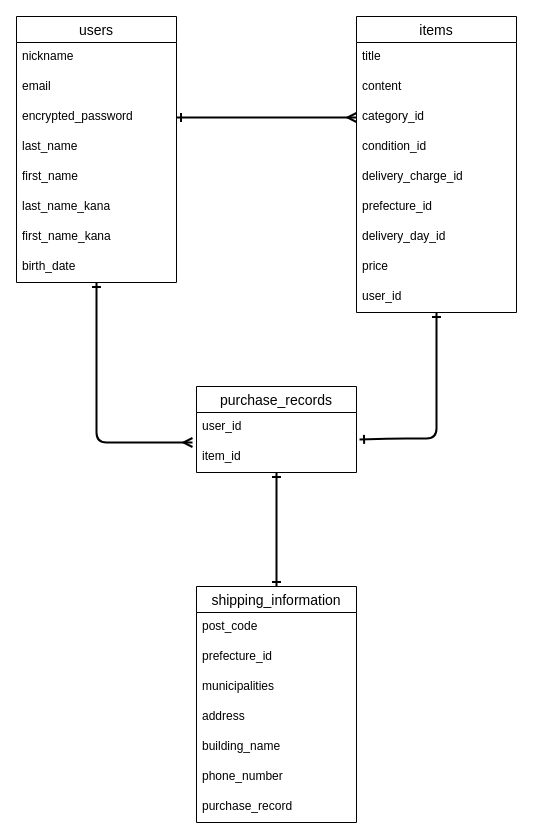
Before: furima.dio in daitoyonaga/furima-37786, a draw.io diagram. Source tidied: cells renumbered, new cells numbered last; positions are measured from the earlier drawing's top-left corner, leaving out a move shared by most shapes. Both pictures are drawn from the tidied source at 100%, with x=0, y=0 at pixel (16, 16).
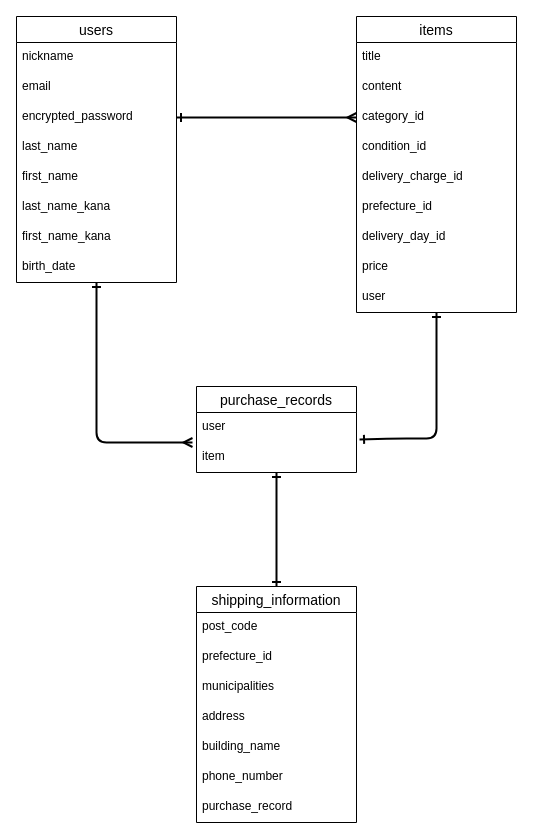
The same page after the edit.

Commit message (it also covers changes not shown here):
DC設計 修正③

Unchanged cells that the change refers to:
```xml
<mxCell id="13" value="items" style="swimlane;fontStyle=0;horizontal=1;startSize=26;align=center;fontSize=14;" parent="1" vertex="1">
  <mxGeometry x="340" width="160" height="296" as="geometry" />
</mxCell>
<mxCell id="24" value="purchase_records" style="swimlane;fontStyle=0;horizontal=1;startSize=26;align=center;fontSize=14;" parent="1" vertex="1">
  <mxGeometry x="180" y="370" width="160" height="86" as="geometry" />
</mxCell>
```

What changed in the source:
```diff
@@
-    <mxCell id="22" value="user_id" style="text;strokeColor=none;fillColor=none;spacingLeft=4;spacingRight=4;overflow=hidden;fontSize=12;" parent="13" vertex="1">
+    <mxCell id="22" value="user" style="text;strokeColor=none;fillColor=none;spacingLeft=4;spacingRight=4;overflow=hidden;fontSize=12;" parent="13" vertex="1">
       <mxGeometry y="266" width="160" height="30" as="geometry" />
     </mxCell>
@@
-    <mxCell id="25" value="user_id" style="text;strokeColor=none;fillColor=none;spacingLeft=4;spacingRight=4;overflow=hidden;points=[[0,0.5],[1,0.5]];portConstraint=eastwest;fontSize=12;" parent="24" vertex="1">
+    <mxCell id="25" value="user" style="text;strokeColor=none;fillColor=none;spacingLeft=4;spacingRight=4;overflow=hidden;points=[[0,0.5],[1,0.5]];portConstraint=eastwest;fontSize=12;" parent="24" vertex="1">
       <mxGeometry y="26" width="160" height="30" as="geometry" />
     </mxCell>
-    <mxCell id="26" value="item_id" style="text;strokeColor=none;fillColor=none;spacingLeft=4;spacingRight=4;overflow=hidden;points=[[0,0.5],[1,0.5]];portConstraint=eastwest;fontSize=12;" parent="24" vertex="1">
+    <mxCell id="26" value="item" style="text;strokeColor=none;fillColor=none;spacingLeft=4;spacingRight=4;overflow=hidden;points=[[0,0.5],[1,0.5]];portConstraint=eastwest;fontSize=12;" parent="24" vertex="1">
       <mxGeometry y="56" width="160" height="30" as="geometry" />
     </mxCell>
```
